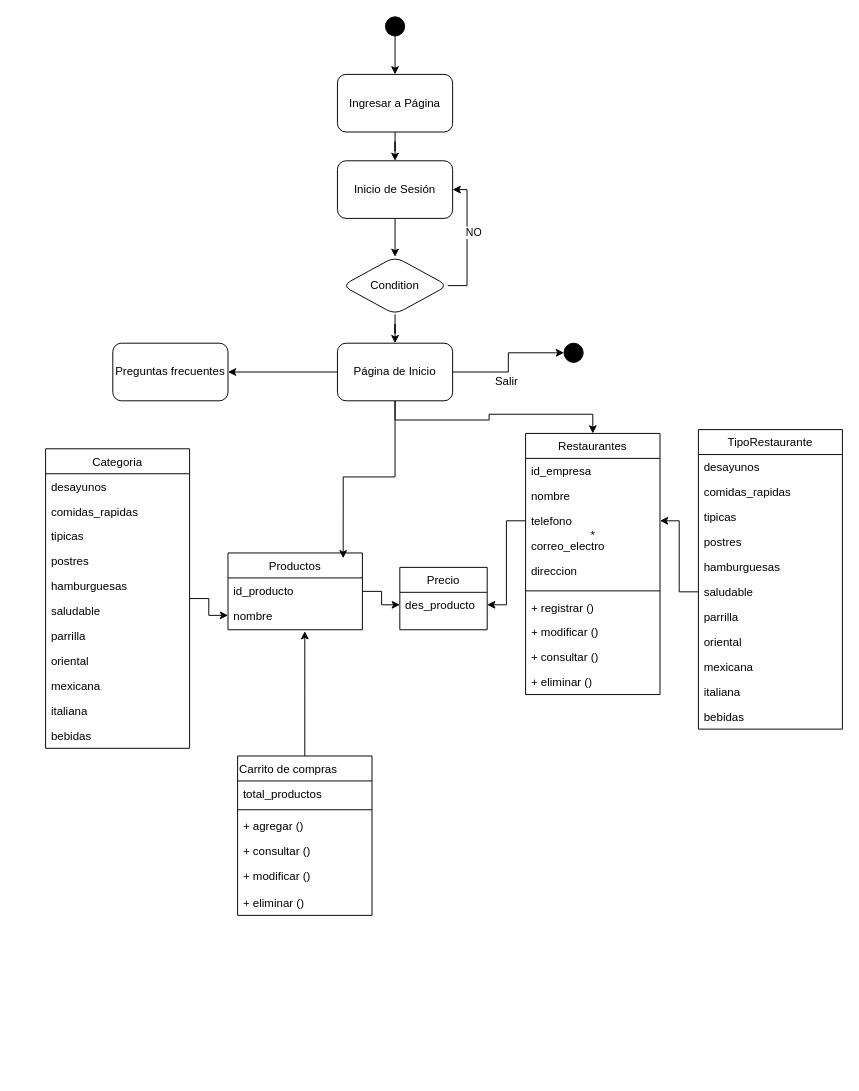
Above: Navegacional.drawio in andrees971/Grupo6_ProyectoFinal (draw.io), before the change. Source tidied: cells renumbered, new cells numbered last; positions are measured from the earlier drawing's top-left corner, leaving out a move shared by most shapes. Both pictures are drawn from the tidied source at 96%, with x=0, y=0 at pixel (45, 16).
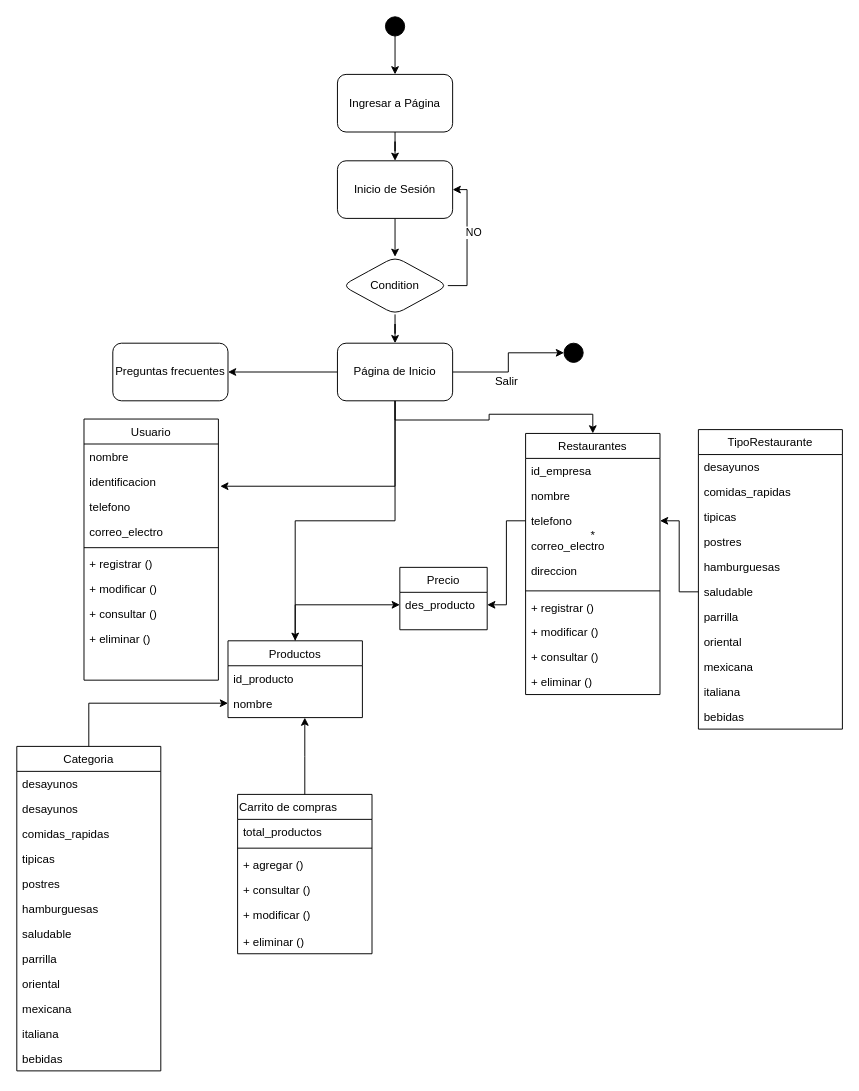
Above is the later version.

The change refers to these unchanged cells:
```xml
<mxCell id="33" value="Página de Inicio" style="whiteSpace=wrap;html=1;rounded=1;fillColor=#FFFFFF;" parent="1" vertex="1">
  <mxGeometry x="304" y="340" width="120" height="60" as="geometry" />
</mxCell>
```

Diff of the diagram source:
```diff
@@
     <mxCell id="3" value="Productos" style="swimlane;fontStyle=0;align=center;verticalAlign=top;horizontal=1;startSize=26;rounded=0;shadow=0;strokeWidth=1;" parent="1" vertex="1">
-      <mxGeometry x="190" y="558.5" width="140" height="80" as="geometry" />
+      <mxGeometry x="190" y="650" width="140" height="80" as="geometry" />
     </mxCell>
@@
-    <mxCell id="32" style="edgeStyle=orthogonalEdgeStyle;rounded=0;jettySize=auto;html=1;entryX=0.857;entryY=0.069;entryDx=0;entryDy=0;entryPerimeter=0;fontColor=#000000;" parent="1" edge="1" source="33" target="3">
+    <mxCell id="32" style="edgeStyle=orthogonalEdgeStyle;rounded=0;jettySize=auto;html=1;fontColor=#000000;entryX=0.5;entryY=0;entryDx=0;entryDy=0;" parent="1" edge="1" source="33" target="3">
       <mxGeometry relative="1" as="geometry" />
     </mxCell>
+    <mxCell id="73" style="edgeStyle=orthogonalEdgeStyle;rounded=0;jettySize=auto;html=1;exitX=0.5;exitY=1;exitDx=0;exitDy=0;entryX=1.014;entryY=-0.308;entryDx=0;entryDy=0;entryPerimeter=0;" parent="1" edge="1" source="33" target="78">
+      <mxGeometry relative="1" as="geometry" />
+    </mxCell>
@@
     <mxCell id="51" value="Categoria" style="swimlane;fontStyle=0;align=center;verticalAlign=top;horizontal=1;startSize=26;rounded=0;shadow=0;strokeWidth=1;" parent="1" vertex="1">
-      <mxGeometry y="450" width="150" height="312" as="geometry" />
+      <mxGeometry x="-30" y="760" width="150" height="338" as="geometry" />
     </mxCell>
@@
+    <mxCell id="74" value="desayunos" style="text;align=left;verticalAlign=top;spacingLeft=4;spacingRight=4;overflow=hidden;" parent="51" vertex="1">
+      <mxGeometry y="52" width="150" height="26" as="geometry" />
+    </mxCell>
     <mxCell id="53" value="comidas_rapidas" style="text;align=left;verticalAlign=top;spacingLeft=4;spacingRight=4;overflow=hidden;rounded=0;shadow=0;html=0;" parent="51" vertex="1">
-      <mxGeometry y="52" width="150" height="26" as="geometry" />
+      <mxGeometry y="78" width="150" height="26" as="geometry" />
     </mxCell>
     <mxCell id="54" value="tipicas" style="text;align=left;verticalAlign=top;spacingLeft=4;spacingRight=4;overflow=hidden;rounded=0;shadow=0;html=0;" parent="51" vertex="1">
-      <mxGeometry y="78" width="150" height="26" as="geometry" />
+      <mxGeometry y="104" width="150" height="26" as="geometry" />
     </mxCell>
     <mxCell id="55" value="postres" style="text;align=left;verticalAlign=top;spacingLeft=4;spacingRight=4;overflow=hidden;rounded=0;shadow=0;html=0;" parent="51" vertex="1">
-      <mxGeometry y="104" width="150" height="26" as="geometry" />
+      <mxGeometry y="130" width="150" height="26" as="geometry" />
     </mxCell>
     <mxCell id="56" value="hamburguesas" style="text;align=left;verticalAlign=top;spacingLeft=4;spacingRight=4;overflow=hidden;rounded=0;shadow=0;html=0;" parent="51" vertex="1">
-      <mxGeometry y="130" width="150" height="26" as="geometry" />
+      <mxGeometry y="156" width="150" height="26" as="geometry" />
     </mxCell>
     <mxCell id="57" value="saludable" style="text;align=left;verticalAlign=top;spacingLeft=4;spacingRight=4;overflow=hidden;rounded=0;shadow=0;html=0;" parent="51" vertex="1">
-      <mxGeometry y="156" width="150" height="26" as="geometry" />
+      <mxGeometry y="182" width="150" height="26" as="geometry" />
     </mxCell>
     <mxCell id="58" value="parrilla" style="text;align=left;verticalAlign=top;spacingLeft=4;spacingRight=4;overflow=hidden;rounded=0;shadow=0;html=0;" parent="51" vertex="1">
-      <mxGeometry y="182" width="150" height="26" as="geometry" />
+      <mxGeometry y="208" width="150" height="26" as="geometry" />
     </mxCell>
     <mxCell id="59" value="oriental" style="text;align=left;verticalAlign=top;spacingLeft=4;spacingRight=4;overflow=hidden;rounded=0;shadow=0;html=0;" parent="51" vertex="1">
-      <mxGeometry y="208" width="150" height="26" as="geometry" />
+      <mxGeometry y="234" width="150" height="26" as="geometry" />
     </mxCell>
     <mxCell id="60" value="mexicana" style="text;align=left;verticalAlign=top;spacingLeft=4;spacingRight=4;overflow=hidden;rounded=0;shadow=0;html=0;" parent="51" vertex="1">
-      <mxGeometry y="234" width="150" height="26" as="geometry" />
+      <mxGeometry y="260" width="150" height="26" as="geometry" />
     </mxCell>
     <mxCell id="61" value="italiana" style="text;align=left;verticalAlign=top;spacingLeft=4;spacingRight=4;overflow=hidden;rounded=0;shadow=0;html=0;" parent="51" vertex="1">
-      <mxGeometry y="260" width="150" height="26" as="geometry" />
+      <mxGeometry y="286" width="150" height="26" as="geometry" />
     </mxCell>
     <mxCell id="62" value="bebidas" style="text;align=left;verticalAlign=top;spacingLeft=4;spacingRight=4;overflow=hidden;rounded=0;shadow=0;html=0;" parent="51" vertex="1">
-      <mxGeometry y="286" width="150" height="26" as="geometry" />
+      <mxGeometry y="312" width="150" height="26" as="geometry" />
     </mxCell>
@@
     <mxCell id="65" style="edgeStyle=orthogonalEdgeStyle;rounded=0;jettySize=auto;html=1;fontColor=#000000;" parent="1" edge="1" source="66">
       <mxGeometry relative="1" as="geometry">
-        <mxPoint x="270" y="640" as="targetPoint" />
+        <mxPoint x="270" y="730" as="targetPoint" />
       </mxGeometry>
     </mxCell>
     <mxCell id="66" value="Carrito de compras " style="swimlane;fontStyle=0;horizontal=1;startSize=26;fillColor=none;rounded=0;shadow=0;align=left;verticalAlign=top;html=0;" parent="1" vertex="1">
-      <mxGeometry x="200" y="770" width="140" height="166" as="geometry" />
+      <mxGeometry x="200" y="810" width="140" height="166" as="geometry" />
     </mxCell>
@@
+    <mxCell id="75" value="Usuario" style="swimlane;fontStyle=0;align=center;verticalAlign=top;horizontal=1;startSize=26;rounded=0;shadow=0;strokeWidth=1;" parent="1" vertex="1">
+      <mxGeometry x="40" y="419" width="140" height="272" as="geometry" />
+    </mxCell>
+    <mxCell id="76" value="nombre" style="text;align=left;verticalAlign=top;spacingLeft=4;spacingRight=4;overflow=hidden;rounded=0;shadow=0;html=0;" parent="75" vertex="1">
+      <mxGeometry y="26" width="140" height="26" as="geometry" />
+    </mxCell>
+    <mxCell id="77" value="identificacion" style="text;align=left;verticalAlign=top;spacingLeft=4;spacingRight=4;overflow=hidden;" parent="75" vertex="1">
+      <mxGeometry y="52" width="140" height="26" as="geometry" />
+    </mxCell>
+    <mxCell id="78" value="telefono" style="text;align=left;verticalAlign=top;spacingLeft=4;spacingRight=4;overflow=hidden;points=[[0,0.5],[1,0.5]];portConstraint=eastwest;rounded=0;shadow=0;html=0;" parent="75" vertex="1">
+      <mxGeometry y="78" width="140" height="26" as="geometry" />
+    </mxCell>
+    <mxCell id="79" value="correo_electro" style="text;align=left;verticalAlign=top;spacingLeft=4;spacingRight=4;overflow=hidden;rounded=0;shadow=0;html=0;" parent="75" vertex="1">
+      <mxGeometry y="104" width="140" height="26" as="geometry" />
+    </mxCell>
+    <mxCell id="80" style="line;strokeWidth=1;fillColor=none;align=left;verticalAlign=middle;spacingTop=-1;spacingLeft=3;spacingRight=3;labelPosition=right;rounded=0;shadow=0;html=0;" parent="75" vertex="1">
+      <mxGeometry y="130" width="140" height="8" as="geometry" />
+    </mxCell>
+    <mxCell id="81" value="+ registrar ()" style="text;strokeColor=none;fillColor=none;align=left;verticalAlign=top;spacingLeft=4;spacingRight=4;overflow=hidden;" parent="75" vertex="1">
+      <mxGeometry y="138" width="140" height="26" as="geometry" />
+    </mxCell>
+    <mxCell id="82" value="+ modificar ()" style="text;strokeColor=none;fillColor=none;align=left;verticalAlign=top;spacingLeft=4;spacingRight=4;overflow=hidden;" parent="75" vertex="1">
+      <mxGeometry y="164" width="140" height="26" as="geometry" />
+    </mxCell>
+    <mxCell id="83" value="+ consultar ()" style="text;strokeColor=none;fillColor=none;align=left;verticalAlign=top;spacingLeft=4;spacingRight=4;overflow=hidden;" parent="75" vertex="1">
+      <mxGeometry y="190" width="140" height="26" as="geometry" />
+    </mxCell>
+    <mxCell id="84" value="+ eliminar ()" style="text;strokeColor=none;fillColor=none;align=left;verticalAlign=top;spacingLeft=4;spacingRight=4;overflow=hidden;" parent="75" vertex="1">
+      <mxGeometry y="216" width="140" height="26" as="geometry" />
+    </mxCell>
```
